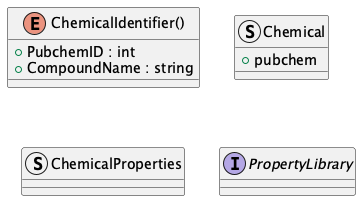
This is properties-module/properties_module_class_diagram.png from OSCPS-Project/OSCPS-UML, a PlantUML export, as it was before one commit.
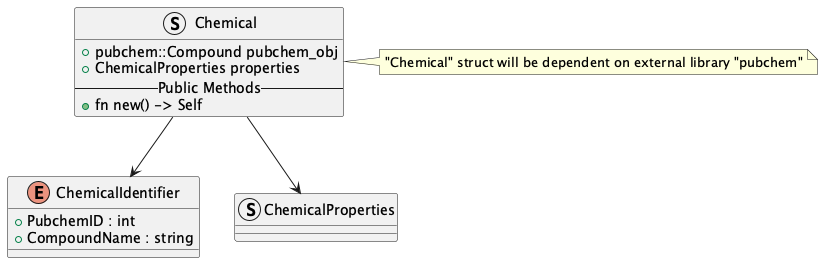
After the change.

Diff of the diagram source:
```diff
@@ -1,16 +1,25 @@
 @startuml properties_module_class_diagram
 
-enum ChemicalIdentifier() {
+enum ChemicalIdentifier {
     + PubchemID : int
     + CompoundName : string
 }
 
 Struct Chemical {
-    + pubchem
+    + pubchem::Compound pubchem_obj
+    + ChemicalProperties properties
+    --Public Methods--
+    + fn new() -> Self
 }
+
+note right of Chemical
+  "Chemical" struct will be dependent on external library "pubchem"
+end note
+
 
 Struct ChemicalProperties {}
 
-Interface PropertyLibrary {}
+Chemical --> ChemicalProperties
+Chemical --> ChemicalIdentifier
 
 @enduml
```
